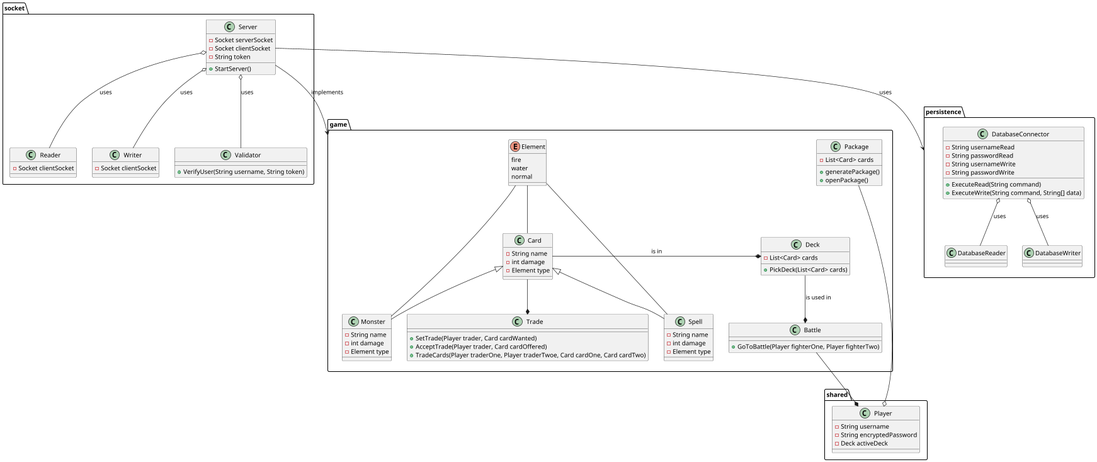
The PlantUML diagram Klassendiagramm.png in if23b126/SEM3_SWEN_MCTG, before a commit.
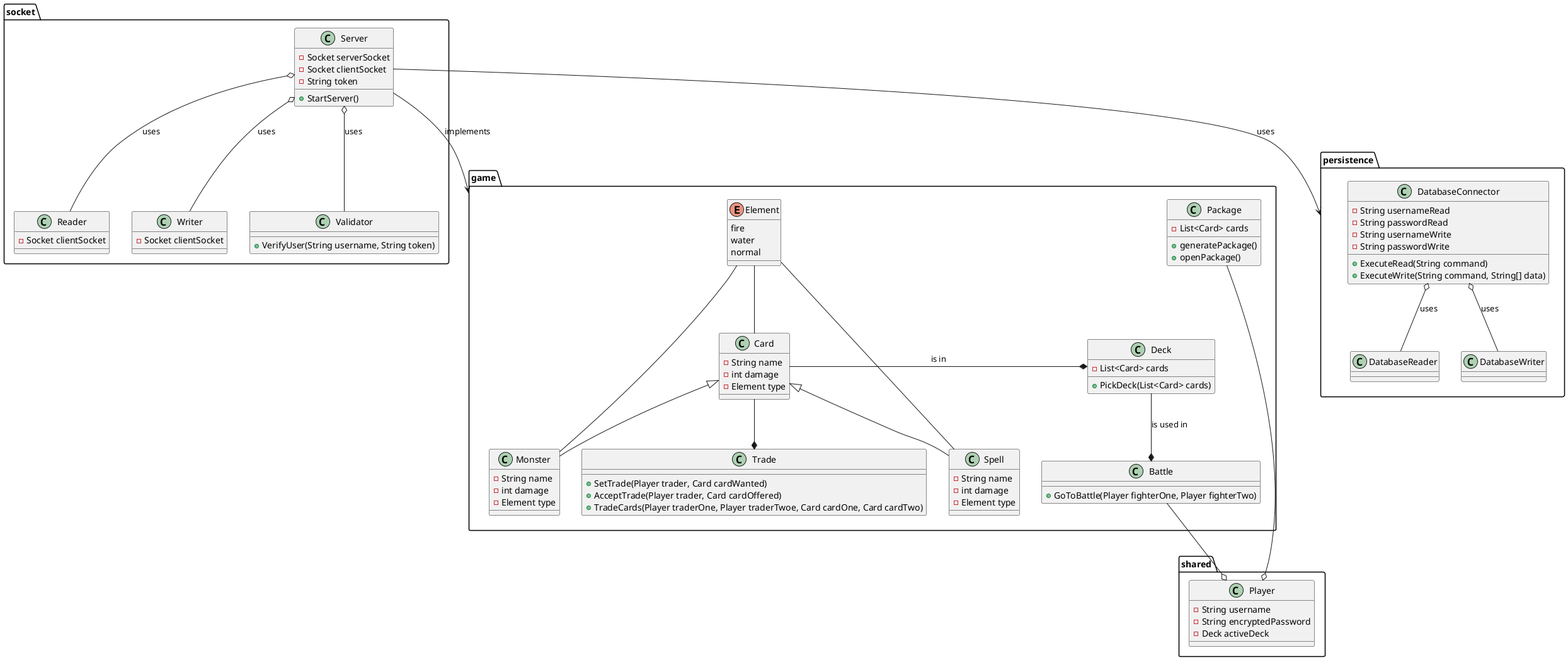
The same file after the commit.

Commit message:
bugfix in class diagram

The edit, as a diff of the source:
```diff
@@ -96,7 +96,7 @@
 Card --* Trade
 Deck --* Battle : is used in
 Card -left-* Deck : is in
-Battle --* Player
+Battle --o Player
 Package --o Player
 
 DatabaseConnector o-- DatabaseReader: uses
```
